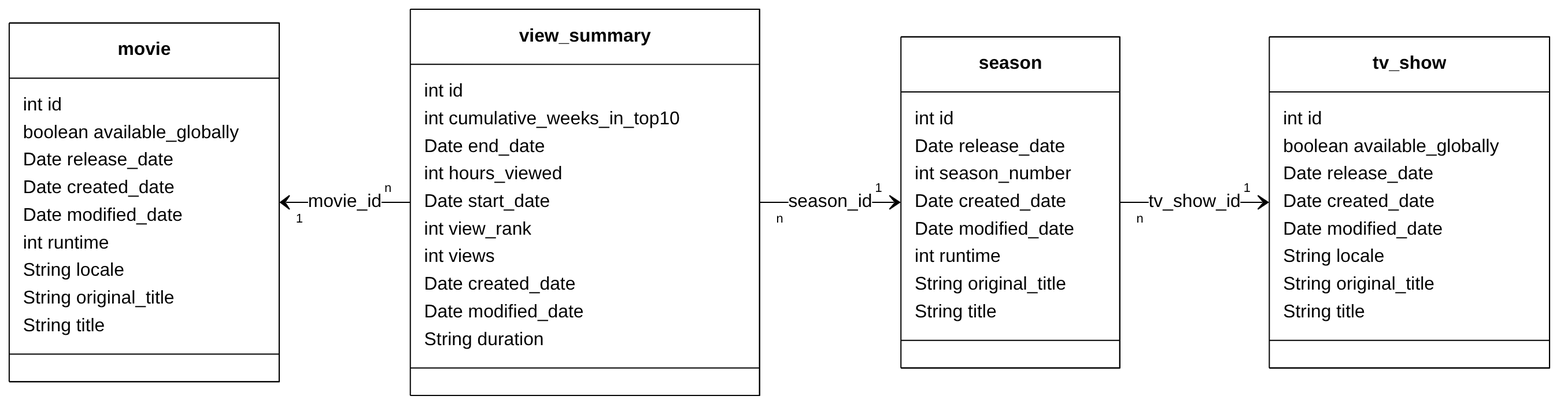
ValentinHerrmann/dbiu_databases keeps this Mermaid diagram as dbiu_databases/netflix.png. Above is the earlier version. Its source is kept beside it as dbiu_databases/netflix.mmd. Source of this version:
```mermaid
%%{init: {"fontFamily": "Liberation Sans, Arial, Helvetica, sans-serif", "theme": "base", "themeVariables": {"primaryColor": "#ffffff", "mainBkg": "#ffffff", "primaryBorderColor": "#000000", "nodeBorder": "#000000", "lineColor": "#000000", "primaryTextColor": "#000000", "textColor": "#000000", "edgeLabelBackground": "#ffffff", "fontFamily": "Liberation Sans, Arial, Helvetica, sans-serif"}, "class": {"hideEmptyMembersBox": true, "useMaxWidth": false}}}%%
classDiagram
  direction LR
  class movie {
    int id
    boolean available_globally
    Date release_date
    Date created_date
    Date modified_date
    int runtime
    String locale
    String original_title
    String title
  }
  class season {
    int id
    Date release_date
    int season_number
    Date created_date
    Date modified_date
    int runtime
    String original_title
    String title
  }
  class tv_show {
    int id
    boolean available_globally
    Date release_date
    Date created_date
    Date modified_date
    String locale
    String original_title
    String title
  }
  class view_summary {
    int id
    int cumulative_weeks_in_top10
    Date end_date
    int hours_viewed
    Date start_date
    int view_rank
    int views
    Date created_date
    Date modified_date
    String duration
  }
  season "n" --> "1" tv_show : tv_show_id
  movie "1" <-- "n" view_summary : movie_id
  view_summary "n" --> "1" season : season_id
```
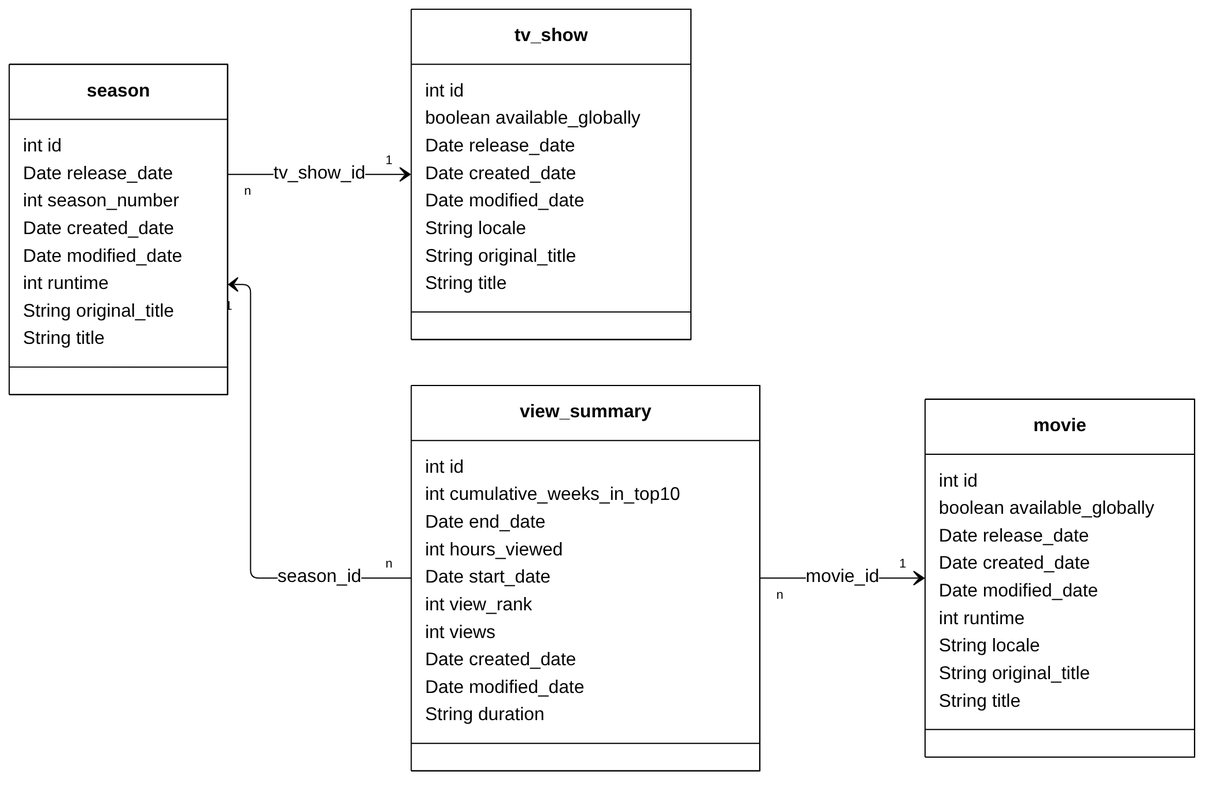
Later version of the same file.

The edit, as a diff of the source:
```diff
@@ -12,6 +12,16 @@
     String original_title
     String title
   }
+  class tv_show {
+    int id
+    boolean available_globally
+    Date release_date
+    Date created_date
+    Date modified_date
+    String locale
+    String original_title
+    String title
+  }
   class season {
     int id
     Date release_date
@@ -19,16 +29,6 @@
     Date created_date
     Date modified_date
     int runtime
-    String original_title
-    String title
-  }
-  class tv_show {
-    int id
-    boolean available_globally
-    Date release_date
-    Date created_date
-    Date modified_date
-    String locale
     String original_title
     String title
   }
@@ -45,5 +45,5 @@
     String duration
   }
   season "n" --> "1" tv_show : tv_show_id
-  movie "1" <-- "n" view_summary : movie_id
-  view_summary "n" --> "1" season : season_id
+  season "1" <-- "n" view_summary : season_id
+  view_summary "n" --> "1" movie : movie_id
```
